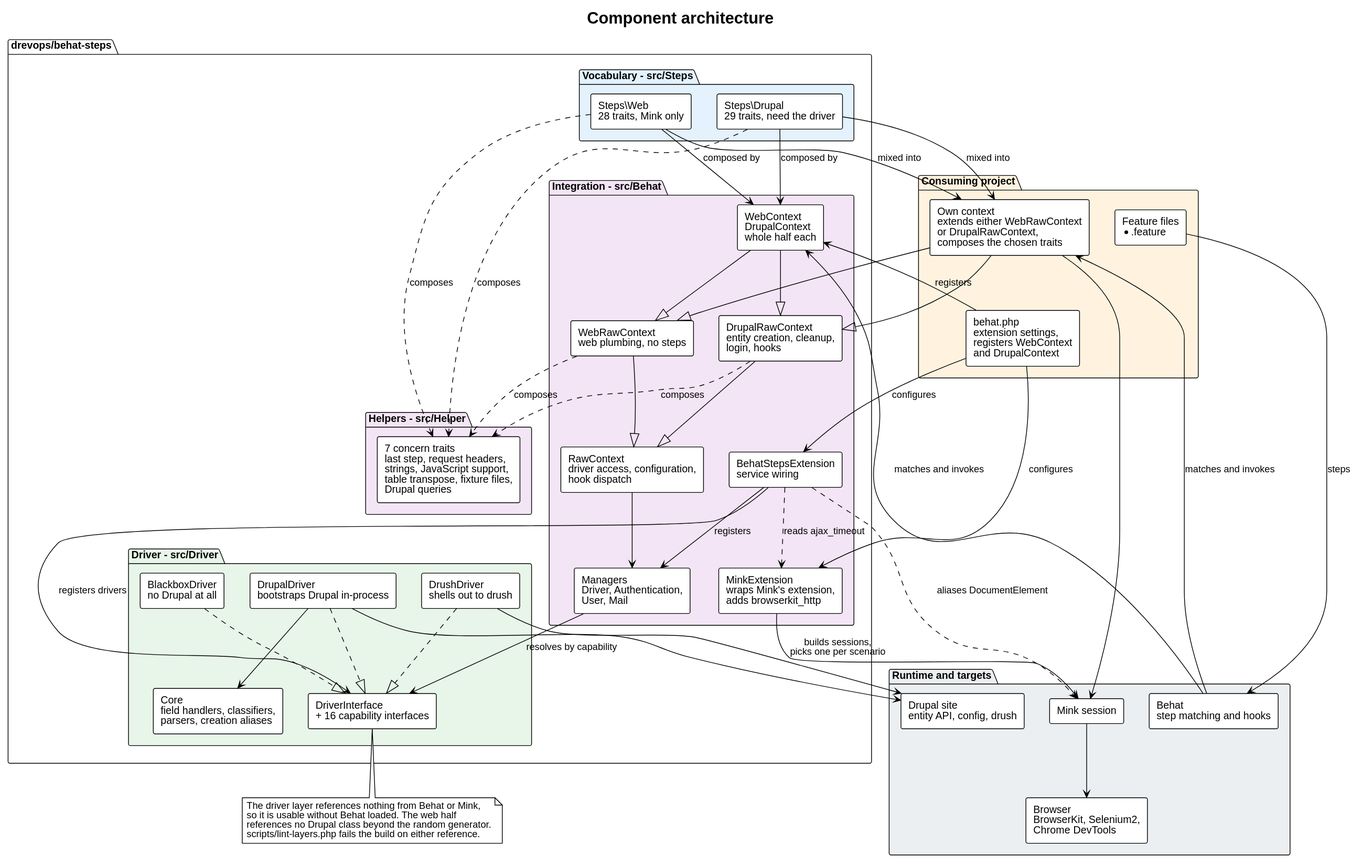
Before: docs/architecture/architecture.svg, a diagram exported from PlantUML (drevops/behat-steps).
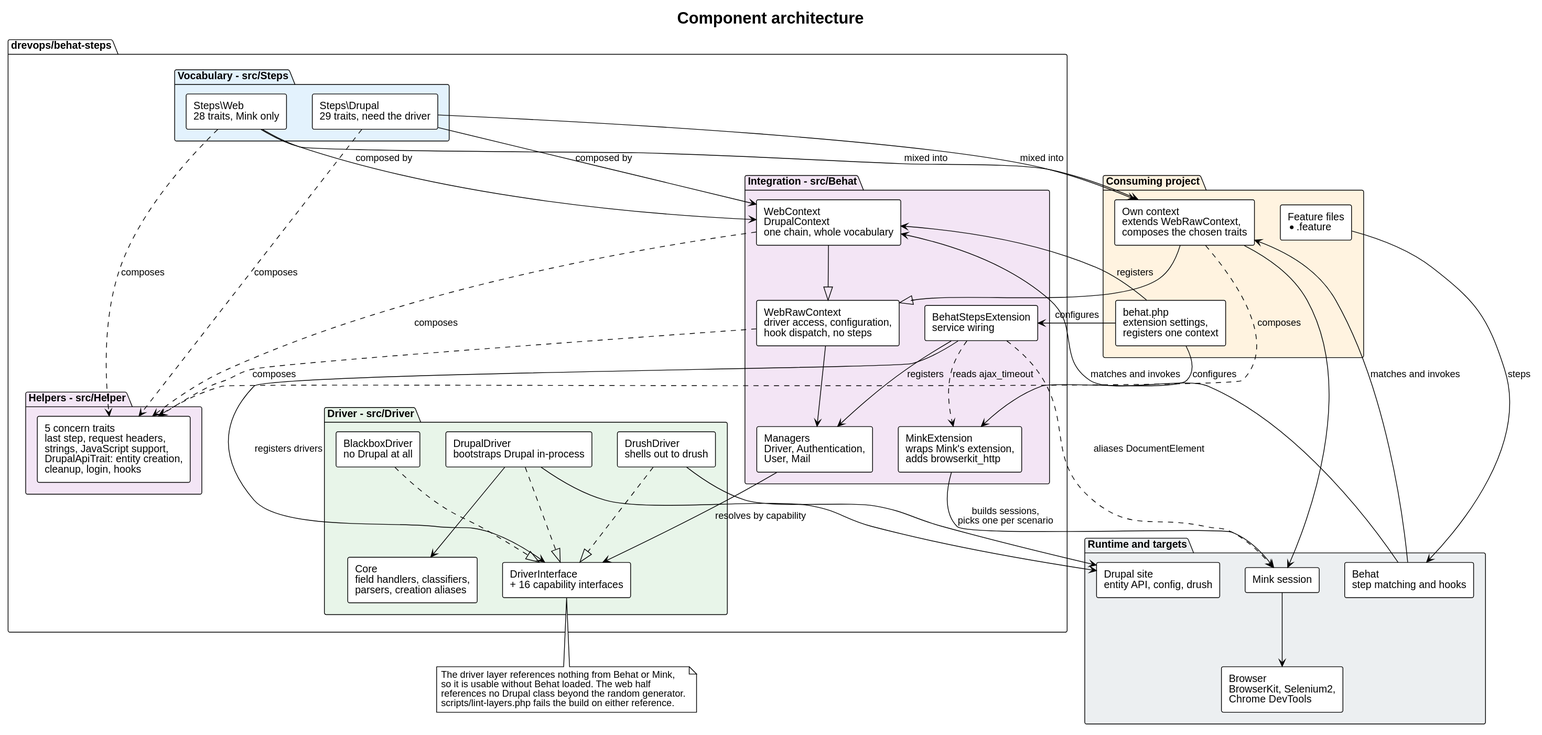
After the commit.

Change to the diagram source:
```diff
@@ -8,8 +8,8 @@
 
 package "Consuming project" #FFF3E0 {
   component "Feature files\n*.feature" as Features
-  component "behat.php\nextension settings,\nregisters WebContext\nand DrupalContext" as Config
-  component "Own context\nextends either WebRawContext\nor DrupalRawContext,\ncomposes the chosen traits" as Consumer
+  component "behat.php\nextension settings,\nregisters one context" as Config
+  component "Own context\nextends WebRawContext,\ncomposes the chosen traits" as Consumer
 }
 
 package "drevops/behat-steps" {
@@ -20,15 +20,13 @@
   }
 
   package "Helpers - src/Helper" #F3E5F5 {
-    component "7 concern traits\nlast step, request headers,\nstrings, JavaScript support,\ntable transpose, fixture files,\nDrupal queries" as Helpers
+    component "5 concern traits\nlast step, request headers,\nstrings, JavaScript support,\nDrupalApiTrait: entity creation,\ncleanup, login, hooks" as Helpers
   }
 
   package "Integration - src/Behat" #F3E5F5 {
     component "BehatStepsExtension\nservice wiring" as Ext
-    component "RawContext\ndriver access, configuration,\nhook dispatch" as RawCtx
-    component "WebRawContext\nweb plumbing, no steps" as WebRawCtx
-    component "DrupalRawContext\nentity creation, cleanup,\nlogin, hooks" as DrupalRawCtx
-    component "WebContext\nDrupalContext\nwhole half each" as Vocabularies
+    component "WebRawContext\ndriver access, configuration,\nhook dispatch, no steps" as WebRawCtx
+    component "WebContext\nDrupalContext\none chain, whole vocabulary" as Vocabularies
     component "Managers\nDriver, Authentication,\nUser, Mail" as Managers
     component "MinkExtension\nwraps Mink's extension,\nadds browserkit_http" as MinkExt
   }
@@ -63,19 +61,16 @@
 WebSteps ..> Helpers : composes
 DrupalSteps ..> Helpers : composes
 WebRawCtx ..> Helpers : composes
-DrupalRawCtx ..> Helpers : composes
+Vocabularies ..> Helpers : composes
+Consumer ..> Helpers : composes
 
 Consumer --|> WebRawCtx
-Consumer --|> DrupalRawCtx
-WebRawCtx --|> RawCtx
-DrupalRawCtx --|> RawCtx
 Vocabularies --|> WebRawCtx
-Vocabularies --|> DrupalRawCtx
 Ext --> Managers : registers
 Ext --> DriverIface : registers drivers
 Ext ..> MinkExt : reads ajax_timeout
 Ext ..> Mink : aliases DocumentElement
-RawCtx --> Managers
+WebRawCtx --> Managers
 
 Managers --> DriverIface : resolves by capability
 DrupalDrv ..|> DriverIface
@@ -98,7 +93,6 @@
 
 Features -[hidden]down- Config
 WebSteps -[hidden]right- DrupalSteps
-WebRawCtx -[hidden]right- DrupalRawCtx
 DrupalDrv -[hidden]right- DrushDrv
 DrushDrv -[hidden]right- BlackboxDrv
 @enduml
```
